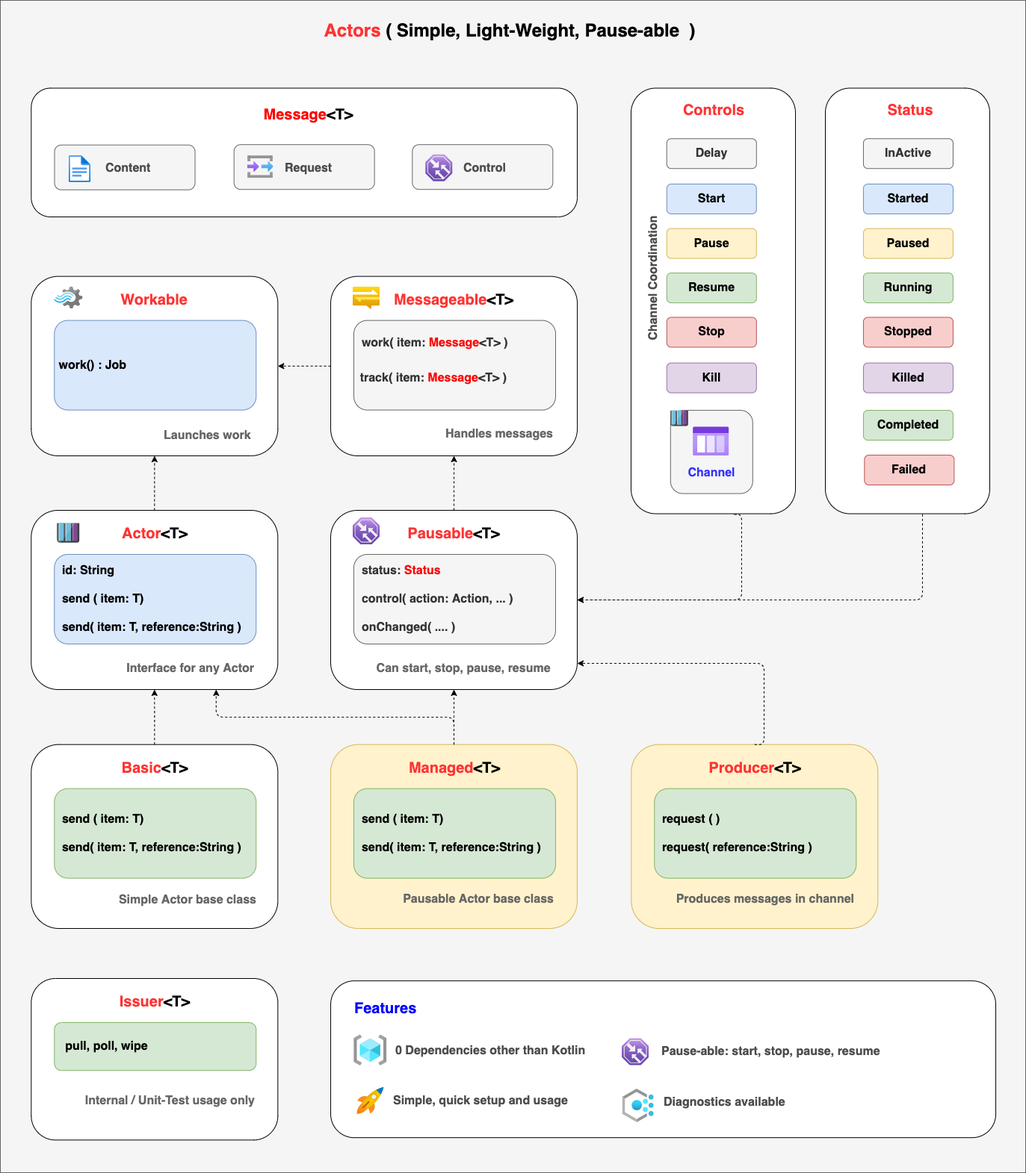
Earlier version of the draw.io export doc/diagrams/slatekit-actors.png (slatekit/kiit). Source tidied: cells renumbered, new cells last; positions are measured from the earlier drawing's top-left corner, leaving out a move shared by most shapes.
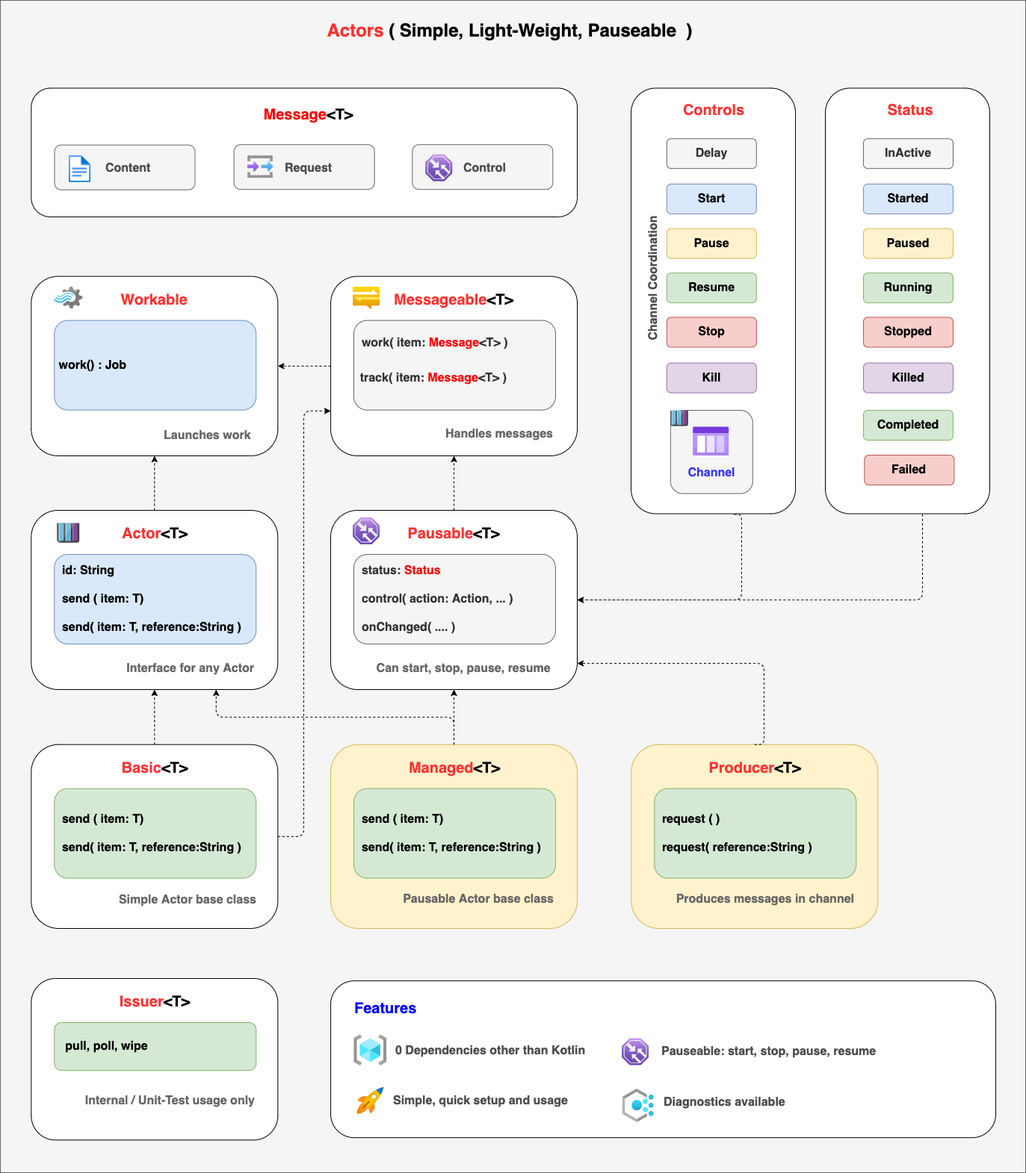
Above is the later version.

Change to the diagram source:
```diff
@@ -20,7 +20,7 @@
     <mxCell id="7" value="&lt;font size=&quot;1&quot;&gt;&lt;b style=&quot;font-size: 20px&quot;&gt;&lt;font color=&quot;#ff3333&quot;&gt;Actor&lt;/font&gt;&amp;lt;T&amp;gt;&lt;/b&gt;&lt;/font&gt;" style="text;html=1;strokeColor=none;fillColor=none;align=center;verticalAlign=middle;whiteSpace=wrap;rounded=0;" parent="1" vertex="1">
       <mxGeometry x="172.2" y="698.9" width="70" height="30" as="geometry" />
     </mxCell>
-    <mxCell id="8" value="&lt;font style=&quot;font-size: 24px&quot;&gt;&lt;b&gt;&lt;font color=&quot;#ff3333&quot; style=&quot;font-size: 24px&quot;&gt;Actors&lt;/font&gt;&lt;font color=&quot;#3333ff&quot; style=&quot;font-size: 24px&quot;&gt;&amp;nbsp;&lt;/font&gt;( Simple, Light-Weight, Pause-able&amp;nbsp; )&lt;/b&gt;&lt;/font&gt;" style="text;html=1;strokeColor=none;fillColor=none;align=center;verticalAlign=middle;whiteSpace=wrap;rounded=0;" parent="1" vertex="1">
+    <mxCell id="8" value="&lt;font style=&quot;font-size: 24px&quot;&gt;&lt;b&gt;&lt;font color=&quot;#ff3333&quot; style=&quot;font-size: 24px&quot;&gt;Actors&lt;/font&gt;&lt;font color=&quot;#3333ff&quot; style=&quot;font-size: 24px&quot;&gt;&amp;nbsp;&lt;/font&gt;( Simple, Light-Weight, Pauseable&amp;nbsp; )&lt;/b&gt;&lt;/font&gt;" style="text;html=1;strokeColor=none;fillColor=none;align=center;verticalAlign=middle;whiteSpace=wrap;rounded=0;" parent="1" vertex="1">
       <mxGeometry x="32" y="30" width="1300" height="20" as="geometry" />
     </mxCell>
     <mxCell id="9" value="&lt;font style=&quot;font-size: 16px&quot;&gt;&lt;b&gt;Content&lt;/b&gt;&lt;/font&gt;" style="text;html=1;strokeColor=none;fillColor=none;align=left;verticalAlign=middle;whiteSpace=wrap;rounded=0;fontColor=#4D4D4D;" parent="1" vertex="1">
@@ -262,7 +262,7 @@
     <mxCell id="81" value="&lt;font style=&quot;font-size: 16px&quot;&gt;&lt;b&gt;0 Dependencies other than Kotlin&lt;/b&gt;&lt;/font&gt;" style="text;html=1;strokeColor=none;fillColor=none;align=left;verticalAlign=middle;whiteSpace=wrap;rounded=0;fontColor=#4D4D4D;" parent="1" vertex="1">
       <mxGeometry x="526.5" y="1396.8" width="286.6" height="20" as="geometry" />
     </mxCell>
-    <mxCell id="82" value="&lt;span style=&quot;font-size: 16px&quot;&gt;&lt;b&gt;Pause-able: start, stop, pause, resume&lt;/b&gt;&lt;/span&gt;" style="text;html=1;strokeColor=none;fillColor=none;align=left;verticalAlign=middle;whiteSpace=wrap;rounded=0;fontColor=#4D4D4D;" parent="1" vertex="1">
+    <mxCell id="82" value="&lt;span style=&quot;font-size: 16px&quot;&gt;&lt;b&gt;Pauseable: start, stop, pause, resume&lt;/b&gt;&lt;/span&gt;" style="text;html=1;strokeColor=none;fillColor=none;align=left;verticalAlign=middle;whiteSpace=wrap;rounded=0;fontColor=#4D4D4D;" parent="1" vertex="1">
       <mxGeometry x="883.1" y="1398.5" width="420" height="20" as="geometry" />
     </mxCell>
     <mxCell id="83" value="&lt;span style=&quot;font-size: 16px&quot;&gt;&lt;b&gt;Simple, quick setup and usage&lt;/b&gt;&lt;/span&gt;" style="text;html=1;strokeColor=none;fillColor=none;align=left;verticalAlign=middle;whiteSpace=wrap;rounded=0;fontColor=#4D4D4D;" parent="1" vertex="1">
@@ -295,5 +295,8 @@
     <mxCell id="92" style="html=1;align=center;image;fontSize=12;image=img/lib/azure2/management_governance/Policy.svg;" parent="1" vertex="1">
       <mxGeometry x="832.6" y="1457.9" width="42.4" height="45.2" as="geometry" />
     </mxCell>
+    <mxCell id="93" style="edgeStyle=elbowEdgeStyle;elbow=horizontal;endArrow=classic;html=1;dashed=1;exitX=1;exitY=0.5;exitDx=0;exitDy=0;entryX=0;entryY=0.75;entryDx=0;entryDy=0;" parent="1" edge="1" source="45" target="22">
+      <mxGeometry relative="1" as="geometry" />
+    </mxCell>
   </root>
 </mxGraphModel>
```
